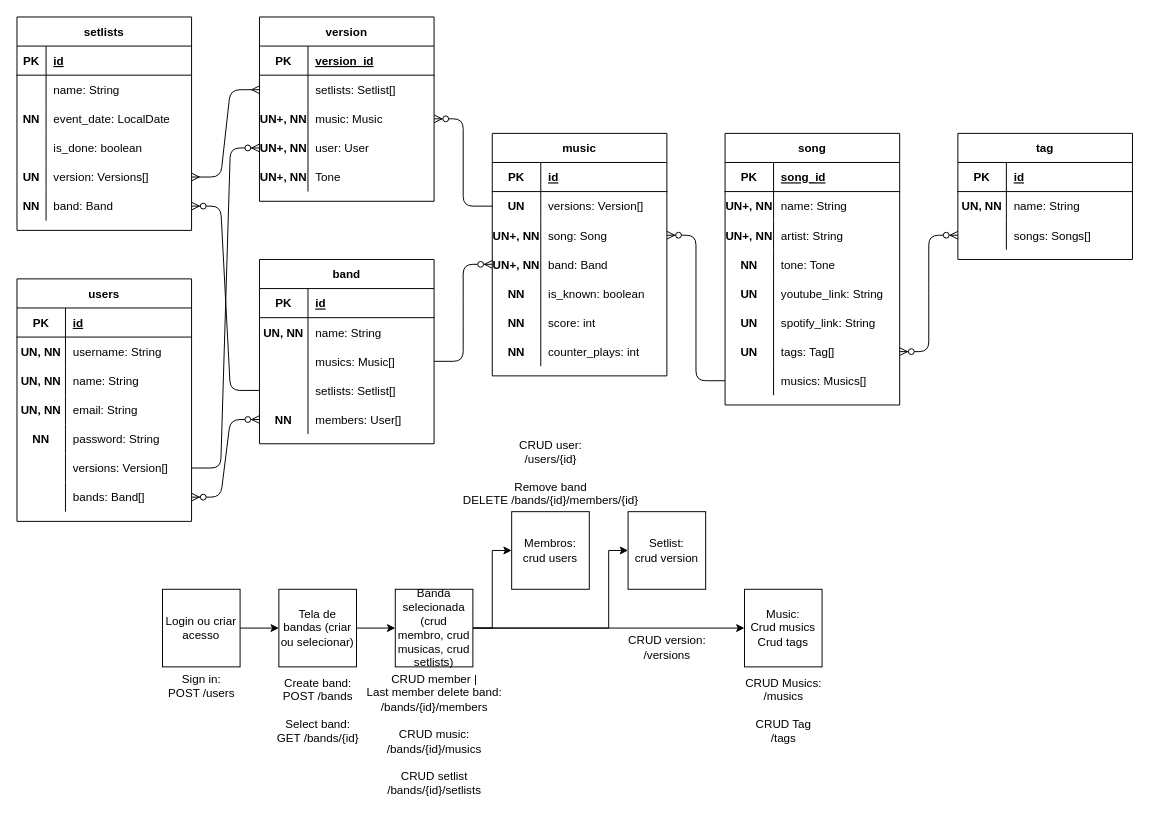
Earlier version of the draw.io diagram design/diagram.drawio (igormateus/repertapp-api). Source tidied: cells renumbered, new cells numbered last; positions are measured from the earlier drawing's top-left corner, leaving out a move shared by most shapes. Both pictures are drawn from the tidied source at 97%, with x=0, y=0 at pixel (16, 16).
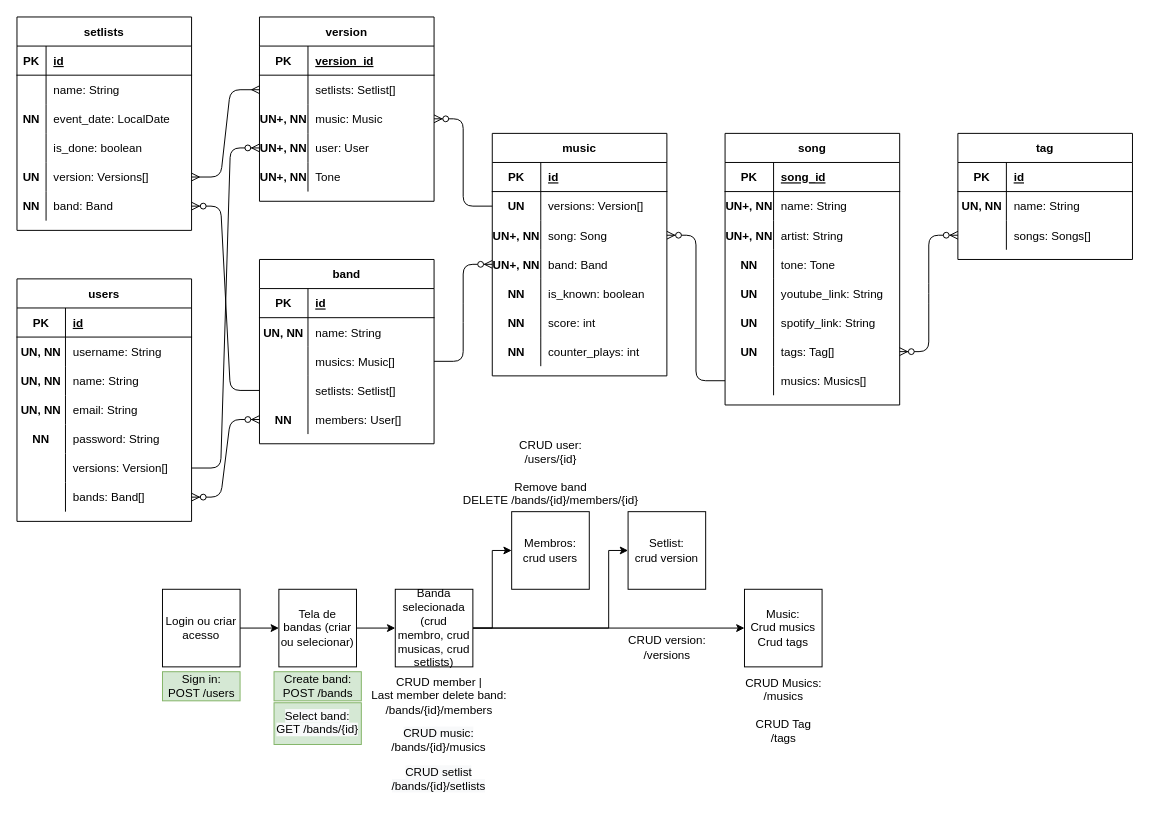
The same diagram, later.

Commit message (it also covers changes not shown here):
Sign in ok, Create Band ok, getBandByUser ok

The edit, as a diff of the source:
```diff
@@
-    <mxCell id="151" value="Sign in: &lt;br&gt;POST /users" style="text;html=1;align=center;verticalAlign=middle;strokeColor=none;fillColor=none;" parent="1" vertex="1">
+    <mxCell id="151" value="Sign in: &lt;br&gt;POST /users" style="text;html=1;align=center;verticalAlign=middle;strokeColor=#82b366;fillColor=#d5e8d4;" parent="1" vertex="1">
       <mxGeometry x="150" y="675" width="80" height="30" as="geometry" />
     </mxCell>
-    <mxCell id="152" value="Create band: &lt;br&gt;POST /bands&lt;br&gt;&lt;br&gt;Select band:&lt;br&gt;GET /bands/{id}" style="text;html=1;align=center;verticalAlign=middle;strokeColor=none;fillColor=none;" parent="1" vertex="1">
-      <mxGeometry x="260" y="675" width="100" height="80" as="geometry" />
+    <mxCell id="152" value="Create band: &lt;br&gt;POST /bands" style="text;html=1;align=center;verticalAlign=middle;strokeColor=#82b366;fillColor=#d5e8d4;" parent="1" vertex="1">
+      <mxGeometry x="265" y="675" width="90" height="30" as="geometry" />
     </mxCell>
-    <mxCell id="153" value="CRUD member |&lt;br&gt;Last member delete band:&lt;br&gt;/bands/{id}/members&lt;br&gt;&lt;br&gt;CRUD music:&lt;br&gt;/bands/{id}/musics&lt;br&gt;&lt;br&gt;CRUD setlist&lt;br&gt;/bands/{id}/setlists" style="text;html=1;align=center;verticalAlign=middle;strokeColor=none;fillColor=none;" parent="1" vertex="1">
-      <mxGeometry x="355" y="675" width="150" height="130" as="geometry" />
+    <mxCell id="153" value="CRUD member |&lt;br&gt;Last member delete band:&lt;br&gt;/bands/{id}/members" style="text;html=1;align=center;verticalAlign=middle;strokeColor=none;fillColor=none;" parent="1" vertex="1">
+      <mxGeometry x="360" y="675" width="150" height="50" as="geometry" />
     </mxCell>
@@
+    <mxCell id="157" value="&lt;span style=&quot;color: rgb(0, 0, 0); font-family: helvetica; font-size: 12px; font-style: normal; font-weight: 400; letter-spacing: normal; text-indent: 0px; text-transform: none; word-spacing: 0px; background-color: rgb(248, 249, 250); display: inline; float: none;&quot;&gt;Select band:&lt;/span&gt;&lt;br style=&quot;color: rgb(0, 0, 0); font-family: helvetica; font-size: 12px; font-style: normal; font-weight: 400; letter-spacing: normal; text-indent: 0px; text-transform: none; word-spacing: 0px; background-color: rgb(248, 249, 250);&quot;&gt;&lt;span style=&quot;color: rgb(0, 0, 0); font-family: helvetica; font-size: 12px; font-style: normal; font-weight: 400; letter-spacing: normal; text-indent: 0px; text-transform: none; word-spacing: 0px; background-color: rgb(248, 249, 250); display: inline; float: none;&quot;&gt;GET /bands/{id}&lt;/span&gt;" style="text;whiteSpace=wrap;html=1;align=center;fillColor=#d5e8d4;strokeColor=#82b366;" parent="1" vertex="1">
+      <mxGeometry x="265" y="707" width="90" height="43" as="geometry" />
+    </mxCell>
+    <mxCell id="158" value="&lt;span style=&quot;color: rgb(0, 0, 0); font-family: helvetica; font-size: 12px; font-style: normal; font-weight: 400; letter-spacing: normal; text-indent: 0px; text-transform: none; word-spacing: 0px; background-color: rgb(248, 249, 250); display: inline; float: none;&quot;&gt;CRUD music:&lt;/span&gt;&lt;br style=&quot;color: rgb(0, 0, 0); font-family: helvetica; font-size: 12px; font-style: normal; font-weight: 400; letter-spacing: normal; text-indent: 0px; text-transform: none; word-spacing: 0px; background-color: rgb(248, 249, 250);&quot;&gt;&lt;div style=&quot;&quot;&gt;&lt;span style=&quot;font-family: &amp;quot;helvetica&amp;quot;&quot;&gt;/bands/{id}/musics&lt;/span&gt;&lt;/div&gt;" style="text;whiteSpace=wrap;html=1;align=center;" parent="1" vertex="1">
+      <mxGeometry x="375" y="725" width="120" height="40" as="geometry" />
+    </mxCell>
+    <mxCell id="159" value="&lt;span style=&quot;color: rgb(0 , 0 , 0) ; font-size: 12px ; font-style: normal ; font-weight: 400 ; letter-spacing: normal ; text-indent: 0px ; text-transform: none ; word-spacing: 0px ; font-family: &amp;#34;helvetica&amp;#34; ; background-color: rgb(248 , 249 , 250) ; display: inline ; float: none&quot;&gt;CRUD setlist&lt;/span&gt;&lt;br style=&quot;color: rgb(0 , 0 , 0) ; font-size: 12px ; font-style: normal ; font-weight: 400 ; letter-spacing: normal ; text-indent: 0px ; text-transform: none ; word-spacing: 0px ; font-family: &amp;#34;helvetica&amp;#34; ; background-color: rgb(248 , 249 , 250)&quot;&gt;&lt;span style=&quot;color: rgb(0 , 0 , 0) ; font-size: 12px ; font-style: normal ; font-weight: 400 ; letter-spacing: normal ; text-indent: 0px ; text-transform: none ; word-spacing: 0px ; font-family: &amp;#34;helvetica&amp;#34; ; background-color: rgb(248 , 249 , 250) ; display: inline ; float: none&quot;&gt;/bands/{id}/setlists&lt;/span&gt;" style="text;whiteSpace=wrap;html=1;align=center;" parent="1" vertex="1">
+      <mxGeometry x="375" y="765" width="120" height="40" as="geometry" />
+    </mxCell>
```
